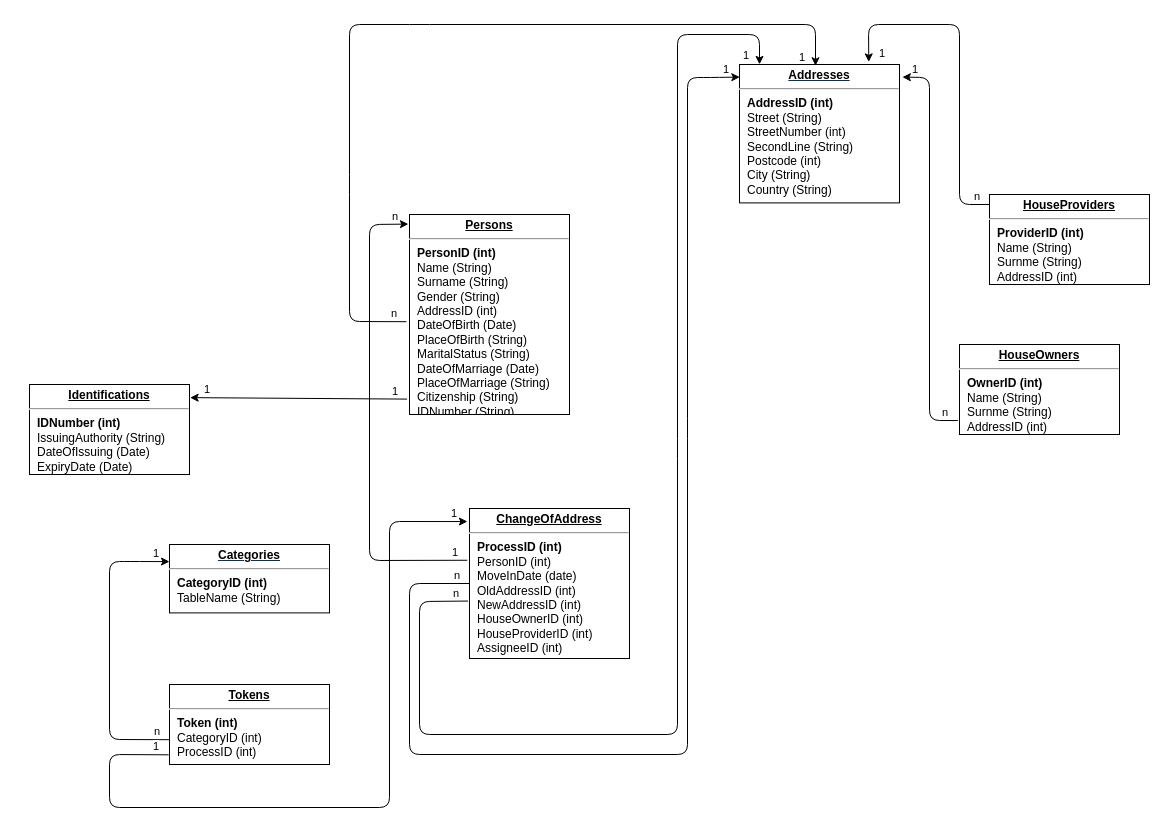
JulianGottfried/ATdIT_Gruppe2 keeps this draw.io diagram as Datenbankstruktur/Datenbankschema.drawio. Above is the earlier version. Source tidied: cells renumbered, new cells numbered last; positions are measured from the earlier drawing's top-left corner, leaving out a move shared by most shapes. Both pictures are drawn from the tidied source at 100%, with x=0, y=0 at pixel (29, 24).
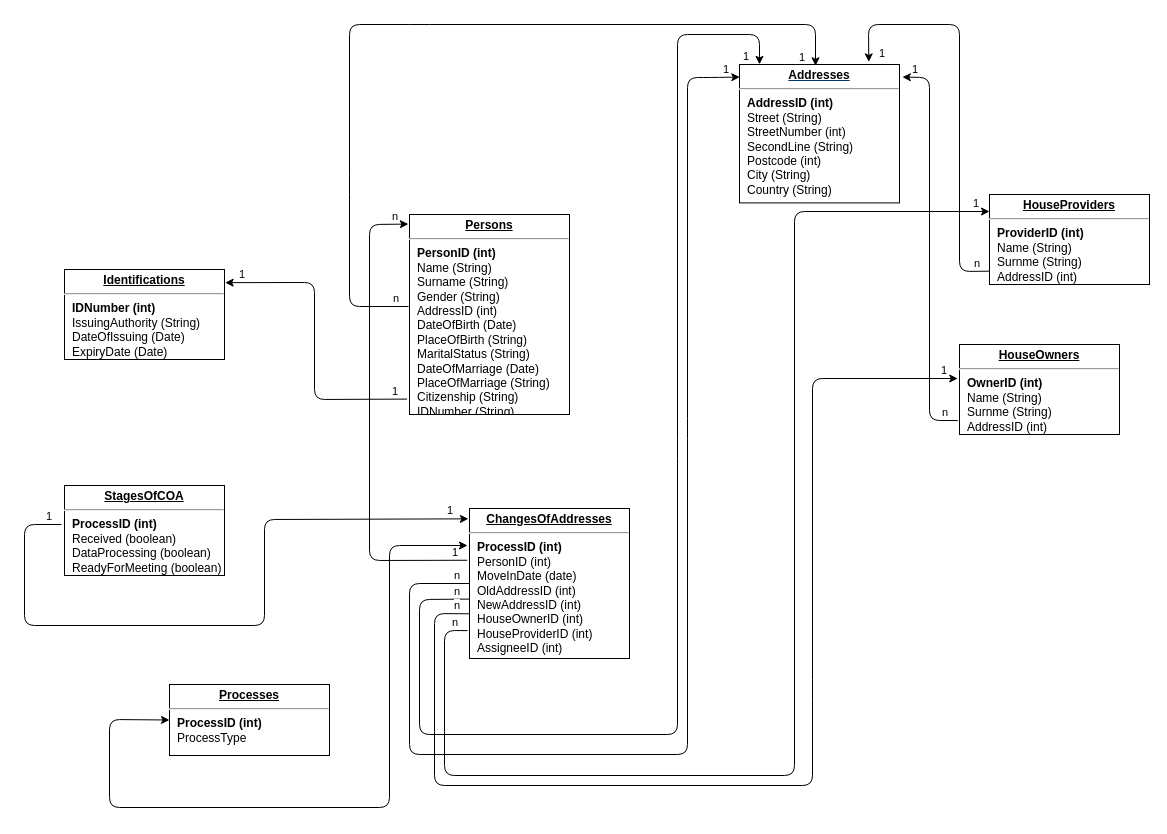
Above is the later version.

The change refers to these unchanged cells:
```xml
<mxCell id="2" value="&lt;p style=&quot;margin: 0px ; margin-top: 4px ; text-align: center ; text-decoration: underline&quot;&gt;&lt;strong&gt;&lt;font color=&quot;#000000&quot;&gt;Addresses&lt;/font&gt;&lt;/strong&gt;&lt;/p&gt;&lt;hr&gt;&lt;p style=&quot;margin: 0px ; margin-left: 8px&quot;&gt;&lt;b&gt;&lt;font color=&quot;#000000&quot;&gt;AddressID (int)&lt;/font&gt;&lt;/b&gt;&lt;/p&gt;&lt;p style=&quot;margin: 0px ; margin-left: 8px&quot;&gt;&lt;/p&gt;&lt;p style=&quot;margin: 0px ; margin-left: 8px&quot;&gt;&lt;font color=&quot;#000000&quot;&gt;Street (String)&lt;/font&gt;&lt;/p&gt;&lt;p style=&quot;margin: 0px ; margin-left: 8px&quot;&gt;&lt;font color=&quot;#000000&quot;&gt;StreetNumber (int)&lt;/font&gt;&lt;/p&gt;&lt;p style=&quot;margin: 0px ; margin-left: 8px&quot;&gt;&lt;font color=&quot;#000000&quot;&gt;SecondLine (String)&lt;/font&gt;&lt;/p&gt;&lt;p style=&quot;margin: 0px ; margin-left: 8px&quot;&gt;&lt;font color=&quot;#000000&quot;&gt;Postcode (int)&lt;/font&gt;&lt;/p&gt;&lt;p style=&quot;margin: 0px ; margin-left: 8px&quot;&gt;&lt;font color=&quot;#000000&quot;&gt;City (String)&lt;/font&gt;&lt;/p&gt;&lt;p style=&quot;margin: 0px ; margin-left: 8px&quot;&gt;&lt;font color=&quot;#000000&quot;&gt;Country (String)&lt;/font&gt;&lt;/p&gt;" style="verticalAlign=top;align=left;overflow=fill;fontSize=12;fontFamily=Helvetica;html=1;shadow=0;fontColor=#003366;fillColor=none;" parent="1" vertex="1">
  <mxGeometry x="710" y="40" width="160" height="138.4" as="geometry" />
</mxCell>
<mxCell id="5" value="&lt;p style=&quot;margin: 4px 0px 0px ; text-align: center&quot;&gt;&lt;font color=&quot;#000000&quot;&gt;&lt;span style=&quot;font-size: 12px&quot;&gt;&lt;b&gt;&lt;u&gt;HouseOwners&lt;/u&gt;&lt;/b&gt;&lt;/span&gt;&lt;/font&gt;&lt;br&gt;&lt;/p&gt;&lt;hr&gt;&lt;p style=&quot;margin: 0px ; margin-left: 8px&quot;&gt;&lt;b&gt;&lt;font color=&quot;#000000&quot;&gt;OwnerID (int)&lt;/font&gt;&lt;/b&gt;&lt;/p&gt;&lt;p style=&quot;margin: 0px ; margin-left: 8px&quot;&gt;&lt;/p&gt;&lt;p style=&quot;margin: 0px ; margin-left: 8px&quot;&gt;&lt;font color=&quot;#000000&quot;&gt;Name (String)&lt;/font&gt;&lt;/p&gt;&lt;p style=&quot;margin: 0px ; margin-left: 8px&quot;&gt;&lt;font color=&quot;#000000&quot;&gt;Surnme (String)&lt;/font&gt;&lt;/p&gt;&lt;p style=&quot;margin: 0px ; margin-left: 8px&quot;&gt;&lt;font color=&quot;#000000&quot;&gt;AddressID (int)&lt;/font&gt;&lt;/p&gt;&lt;p style=&quot;margin: 0px ; margin-left: 8px&quot;&gt;&lt;font color=&quot;#000000&quot;&gt;&lt;br&gt;&lt;/font&gt;&lt;/p&gt;" style="verticalAlign=top;align=left;overflow=fill;fontSize=12;fontFamily=Helvetica;html=1;shadow=0;fontColor=#003366;fillColor=none;" parent="1" vertex="1">
  <mxGeometry x="930" y="320" width="160" height="90" as="geometry" />
</mxCell>
<mxCell id="6" value="&lt;p style=&quot;margin: 4px 0px 0px ; text-align: center&quot;&gt;&lt;font color=&quot;#000000&quot;&gt;&lt;span style=&quot;font-size: 12px&quot;&gt;&lt;b&gt;&lt;u&gt;HouseProviders&lt;/u&gt;&lt;/b&gt;&lt;/span&gt;&lt;/font&gt;&lt;br&gt;&lt;/p&gt;&lt;hr&gt;&lt;p style=&quot;margin: 0px ; margin-left: 8px&quot;&gt;&lt;b&gt;&lt;font color=&quot;#000000&quot;&gt;ProviderID (int)&lt;/font&gt;&lt;/b&gt;&lt;/p&gt;&lt;p style=&quot;margin: 0px ; margin-left: 8px&quot;&gt;&lt;/p&gt;&lt;p style=&quot;margin: 0px ; margin-left: 8px&quot;&gt;&lt;font color=&quot;#000000&quot;&gt;Name (String)&lt;/font&gt;&lt;/p&gt;&lt;p style=&quot;margin: 0px ; margin-left: 8px&quot;&gt;&lt;font color=&quot;#000000&quot;&gt;Surnme (String)&lt;/font&gt;&lt;/p&gt;&lt;p style=&quot;margin: 0px ; margin-left: 8px&quot;&gt;&lt;font color=&quot;#000000&quot;&gt;AddressID (int)&lt;/font&gt;&lt;/p&gt;&lt;p style=&quot;margin: 0px ; margin-left: 8px&quot;&gt;&lt;font color=&quot;#000000&quot;&gt;&lt;br&gt;&lt;/font&gt;&lt;/p&gt;" style="verticalAlign=top;align=left;overflow=fill;fontSize=12;fontFamily=Helvetica;html=1;shadow=0;fontColor=#003366;fillColor=none;" parent="1" vertex="1">
  <mxGeometry x="960" y="170" width="160" height="90" as="geometry" />
</mxCell>
<mxCell id="8" value="&lt;p style=&quot;margin: 4px 0px 0px ; text-align: center&quot;&gt;&lt;font color=&quot;#000000&quot;&gt;&lt;span style=&quot;font-size: 12px&quot;&gt;&lt;b&gt;&lt;u&gt;Persons&lt;/u&gt;&lt;/b&gt;&lt;/span&gt;&lt;/font&gt;&lt;br&gt;&lt;/p&gt;&lt;hr&gt;&lt;p style=&quot;margin: 0px ; margin-left: 8px&quot;&gt;&lt;b&gt;&lt;font color=&quot;#000000&quot;&gt;PersonID (int)&lt;/font&gt;&lt;/b&gt;&lt;/p&gt;&lt;p style=&quot;margin: 0px ; margin-left: 8px&quot;&gt;&lt;/p&gt;&lt;p style=&quot;margin: 0px ; margin-left: 8px&quot;&gt;&lt;font color=&quot;#000000&quot;&gt;Name (String)&lt;/font&gt;&lt;/p&gt;&lt;p style=&quot;margin: 0px ; margin-left: 8px&quot;&gt;&lt;font color=&quot;#000000&quot;&gt;Surname (String)&lt;/font&gt;&lt;/p&gt;&lt;p style=&quot;margin: 0px ; margin-left: 8px&quot;&gt;&lt;font color=&quot;#000000&quot;&gt;Gender (&lt;/font&gt;&lt;span style=&quot;color: rgb(0 , 0 , 0)&quot;&gt;String&lt;/span&gt;&lt;font color=&quot;#000000&quot;&gt;)&lt;/font&gt;&lt;/p&gt;&lt;p style=&quot;margin: 0px ; margin-left: 8px&quot;&gt;&lt;font color=&quot;#000000&quot;&gt;AddressID (int)&lt;/font&gt;&lt;/p&gt;&lt;p style=&quot;margin: 0px ; margin-left: 8px&quot;&gt;&lt;font color=&quot;#000000&quot;&gt;DateOfBirth (Date)&lt;/font&gt;&lt;/p&gt;&lt;p style=&quot;margin: 0px ; margin-left: 8px&quot;&gt;&lt;font color=&quot;#000000&quot;&gt;PlaceOfBirth (String)&lt;/font&gt;&lt;/p&gt;&lt;p style=&quot;margin: 0px ; margin-left: 8px&quot;&gt;&lt;font color=&quot;#000000&quot;&gt;MaritalStatus (String)&lt;/font&gt;&lt;/p&gt;&lt;p style=&quot;margin: 0px ; margin-left: 8px&quot;&gt;&lt;font color=&quot;#000000&quot;&gt;DateOfMarriage (Date)&lt;/font&gt;&lt;/p&gt;&lt;p style=&quot;margin: 0px ; margin-left: 8px&quot;&gt;&lt;font color=&quot;#000000&quot;&gt;PlaceOfMarriage (String)&lt;/font&gt;&lt;/p&gt;&lt;p style=&quot;margin: 0px ; margin-left: 8px&quot;&gt;&lt;font color=&quot;#000000&quot;&gt;Citizenship (String)&lt;/font&gt;&lt;/p&gt;&lt;p style=&quot;margin: 0px ; margin-left: 8px&quot;&gt;&lt;font color=&quot;#000000&quot;&gt;IDNumber (String)&lt;/font&gt;&lt;/p&gt;&lt;p style=&quot;margin: 0px ; margin-left: 8px&quot;&gt;&lt;font color=&quot;#000000&quot;&gt;&lt;br&gt;&lt;/font&gt;&lt;/p&gt;" style="verticalAlign=top;align=left;overflow=fill;fontSize=12;fontFamily=Helvetica;html=1;shadow=0;fontColor=#003366;fillColor=none;" parent="1" vertex="1">
  <mxGeometry x="380" y="190" width="160" height="200" as="geometry" />
</mxCell>
```

What changed in the source:
```diff
@@
-    <mxCell id="3" value="&lt;p style=&quot;margin: 0px ; margin-top: 4px ; text-align: center ; text-decoration: underline&quot;&gt;&lt;strong&gt;&lt;font color=&quot;#000000&quot;&gt;Categories&lt;/font&gt;&lt;/strong&gt;&lt;/p&gt;&lt;hr&gt;&lt;p style=&quot;margin: 0px ; margin-left: 8px&quot;&gt;&lt;b&gt;&lt;font color=&quot;#000000&quot;&gt;CategoryID (int)&lt;/font&gt;&lt;/b&gt;&lt;/p&gt;&lt;p style=&quot;margin: 0px ; margin-left: 8px&quot;&gt;&lt;/p&gt;&lt;p style=&quot;margin: 0px ; margin-left: 8px&quot;&gt;&lt;font color=&quot;#000000&quot;&gt;TableName (String)&lt;/font&gt;&lt;/p&gt;" style="verticalAlign=top;align=left;overflow=fill;fontSize=12;fontFamily=Helvetica;html=1;shadow=0;fontColor=#003366;fillColor=none;" parent="1" vertex="1">
-      <mxGeometry x="140" y="520" width="160" height="68.4" as="geometry" />
-    </mxCell>
-    <mxCell id="4" value="&lt;p style=&quot;margin: 4px 0px 0px ; text-align: center&quot;&gt;&lt;font color=&quot;#000000&quot;&gt;&lt;span style=&quot;font-size: 12px&quot;&gt;&lt;b&gt;&lt;u&gt;ChangeOfAddress&lt;/u&gt;&lt;/b&gt;&lt;/span&gt;&lt;/font&gt;&lt;br&gt;&lt;/p&gt;&lt;hr&gt;&lt;p style=&quot;margin: 0px ; margin-left: 8px&quot;&gt;&lt;b&gt;&lt;font color=&quot;#000000&quot;&gt;ProcessID (int)&lt;/font&gt;&lt;/b&gt;&lt;/p&gt;&lt;p style=&quot;margin: 0px ; margin-left: 8px&quot;&gt;&lt;/p&gt;&lt;p style=&quot;margin: 0px ; margin-left: 8px&quot;&gt;&lt;font color=&quot;#000000&quot;&gt;PersonID (int)&lt;/font&gt;&lt;/p&gt;&lt;p style=&quot;margin: 0px ; margin-left: 8px&quot;&gt;&lt;font color=&quot;#000000&quot;&gt;MoveInDate (date)&lt;/font&gt;&lt;/p&gt;&lt;p style=&quot;margin: 0px ; margin-left: 8px&quot;&gt;&lt;font color=&quot;#000000&quot;&gt;OldAddressID (int)&lt;/font&gt;&lt;/p&gt;&lt;p style=&quot;margin: 0px ; margin-left: 8px&quot;&gt;&lt;font color=&quot;#000000&quot;&gt;NewAddressID (int)&lt;/font&gt;&lt;/p&gt;&lt;p style=&quot;margin: 0px ; margin-left: 8px&quot;&gt;&lt;font color=&quot;#000000&quot;&gt;HouseOwnerID (int)&lt;/font&gt;&lt;/p&gt;&lt;p style=&quot;margin: 0px ; margin-left: 8px&quot;&gt;&lt;font color=&quot;#000000&quot;&gt;HouseProviderID (int)&lt;/font&gt;&lt;/p&gt;&lt;p style=&quot;margin: 0px ; margin-left: 8px&quot;&gt;&lt;font color=&quot;#000000&quot;&gt;AssigneeID (int)&lt;/font&gt;&lt;/p&gt;&lt;p style=&quot;margin: 0px ; margin-left: 8px&quot;&gt;&lt;font color=&quot;#000000&quot;&gt;&lt;br&gt;&lt;/font&gt;&lt;/p&gt;" style="verticalAlign=top;align=left;overflow=fill;fontSize=12;fontFamily=Helvetica;html=1;shadow=0;fontColor=#003366;fillColor=none;" parent="1" vertex="1">
+    <mxCell id="4" value="&lt;p style=&quot;margin: 4px 0px 0px ; text-align: center&quot;&gt;&lt;font color=&quot;#000000&quot;&gt;&lt;span style=&quot;font-size: 12px&quot;&gt;&lt;b&gt;&lt;u&gt;ChangesOfAddresses&lt;/u&gt;&lt;/b&gt;&lt;/span&gt;&lt;/font&gt;&lt;br&gt;&lt;/p&gt;&lt;hr&gt;&lt;p style=&quot;margin: 0px ; margin-left: 8px&quot;&gt;&lt;b&gt;&lt;font color=&quot;#000000&quot;&gt;ProcessID (int)&lt;/font&gt;&lt;/b&gt;&lt;/p&gt;&lt;p style=&quot;margin: 0px ; margin-left: 8px&quot;&gt;&lt;/p&gt;&lt;p style=&quot;margin: 0px ; margin-left: 8px&quot;&gt;&lt;font color=&quot;#000000&quot;&gt;PersonID (int)&lt;/font&gt;&lt;/p&gt;&lt;p style=&quot;margin: 0px ; margin-left: 8px&quot;&gt;&lt;font color=&quot;#000000&quot;&gt;MoveInDate (date)&lt;/font&gt;&lt;/p&gt;&lt;p style=&quot;margin: 0px ; margin-left: 8px&quot;&gt;&lt;font color=&quot;#000000&quot;&gt;OldAddressID (int)&lt;/font&gt;&lt;/p&gt;&lt;p style=&quot;margin: 0px ; margin-left: 8px&quot;&gt;&lt;font color=&quot;#000000&quot;&gt;NewAddressID (int)&lt;/font&gt;&lt;/p&gt;&lt;p style=&quot;margin: 0px ; margin-left: 8px&quot;&gt;&lt;font color=&quot;#000000&quot;&gt;HouseOwnerID (int)&lt;/font&gt;&lt;/p&gt;&lt;p style=&quot;margin: 0px ; margin-left: 8px&quot;&gt;&lt;font color=&quot;#000000&quot;&gt;HouseProviderID (int)&lt;/font&gt;&lt;/p&gt;&lt;p style=&quot;margin: 0px ; margin-left: 8px&quot;&gt;&lt;font color=&quot;#000000&quot;&gt;AssigneeID (int)&lt;/font&gt;&lt;/p&gt;&lt;p style=&quot;margin: 0px ; margin-left: 8px&quot;&gt;&lt;font color=&quot;#000000&quot;&gt;&lt;br&gt;&lt;/font&gt;&lt;/p&gt;" style="verticalAlign=top;align=left;overflow=fill;fontSize=12;fontFamily=Helvetica;html=1;shadow=0;fontColor=#003366;fillColor=none;" parent="1" vertex="1">
       <mxGeometry x="440" y="484" width="160" height="150" as="geometry" />
     </mxCell>
@@
     <mxCell id="7" value="&lt;p style=&quot;margin: 4px 0px 0px ; text-align: center&quot;&gt;&lt;font color=&quot;#000000&quot;&gt;&lt;span style=&quot;font-size: 12px&quot;&gt;&lt;b&gt;&lt;u&gt;Identifications&lt;/u&gt;&lt;/b&gt;&lt;/span&gt;&lt;/font&gt;&lt;br&gt;&lt;/p&gt;&lt;hr&gt;&lt;p style=&quot;margin: 0px ; margin-left: 8px&quot;&gt;&lt;b&gt;&lt;font color=&quot;#000000&quot;&gt;IDNumber (int)&lt;/font&gt;&lt;/b&gt;&lt;/p&gt;&lt;p style=&quot;margin: 0px ; margin-left: 8px&quot;&gt;&lt;/p&gt;&lt;p style=&quot;margin: 0px ; margin-left: 8px&quot;&gt;&lt;font color=&quot;#000000&quot;&gt;IssuingAuthority (String)&lt;/font&gt;&lt;/p&gt;&lt;p style=&quot;margin: 0px ; margin-left: 8px&quot;&gt;&lt;font color=&quot;#000000&quot;&gt;DateOfIssuing (Date)&lt;/font&gt;&lt;/p&gt;&lt;p style=&quot;margin: 0px ; margin-left: 8px&quot;&gt;&lt;font color=&quot;#000000&quot;&gt;ExpiryDate (Date)&lt;/font&gt;&lt;/p&gt;&lt;p style=&quot;margin: 0px ; margin-left: 8px&quot;&gt;&lt;font color=&quot;#000000&quot;&gt;&lt;br&gt;&lt;/font&gt;&lt;/p&gt;" style="verticalAlign=top;align=left;overflow=fill;fontSize=12;fontFamily=Helvetica;html=1;shadow=0;fontColor=#003366;fillColor=none;" parent="1" vertex="1">
-      <mxGeometry y="360" width="160" height="90" as="geometry" />
+      <mxGeometry x="35" y="245" width="160" height="90" as="geometry" />
     </mxCell>
@@
-    <mxCell id="9" value="&lt;p style=&quot;margin: 4px 0px 0px ; text-align: center&quot;&gt;&lt;font color=&quot;#000000&quot;&gt;&lt;b&gt;&lt;u&gt;Tokens&lt;/u&gt;&lt;/b&gt;&lt;/font&gt;&lt;/p&gt;&lt;hr&gt;&lt;p style=&quot;margin: 0px ; margin-left: 8px&quot;&gt;&lt;b&gt;&lt;font color=&quot;#000000&quot;&gt;Token (int)&lt;/font&gt;&lt;/b&gt;&lt;/p&gt;&lt;p style=&quot;margin: 0px ; margin-left: 8px&quot;&gt;&lt;/p&gt;&lt;p style=&quot;margin: 0px ; margin-left: 8px&quot;&gt;&lt;font color=&quot;#000000&quot;&gt;CategoryID (int)&lt;/font&gt;&lt;/p&gt;&lt;p style=&quot;margin: 0px ; margin-left: 8px&quot;&gt;&lt;font color=&quot;#000000&quot;&gt;ProcessID (int)&lt;/font&gt;&lt;/p&gt;&lt;p style=&quot;margin: 0px ; margin-left: 8px&quot;&gt;&lt;font color=&quot;#000000&quot;&gt;&lt;br&gt;&lt;/font&gt;&lt;/p&gt;" style="verticalAlign=top;align=left;overflow=fill;fontSize=12;fontFamily=Helvetica;html=1;shadow=0;fontColor=#003366;fillColor=none;" parent="1" vertex="1">
-      <mxGeometry x="140" y="660" width="160" height="80" as="geometry" />
+    <mxCell id="9" value="&lt;p style=&quot;margin: 4px 0px 0px ; text-align: center&quot;&gt;&lt;font color=&quot;#000000&quot;&gt;&lt;b&gt;&lt;u&gt;Processes&lt;/u&gt;&lt;/b&gt;&lt;/font&gt;&lt;/p&gt;&lt;hr&gt;&lt;p style=&quot;margin: 0px ; margin-left: 8px&quot;&gt;&lt;b&gt;&lt;font color=&quot;#000000&quot;&gt;ProcessID (int)&lt;/font&gt;&lt;/b&gt;&lt;/p&gt;&lt;p style=&quot;margin: 0px ; margin-left: 8px&quot;&gt;&lt;/p&gt;&lt;p style=&quot;margin: 0px ; margin-left: 8px&quot;&gt;&lt;font color=&quot;#000000&quot;&gt;ProcessType&lt;/font&gt;&lt;/p&gt;&lt;p style=&quot;margin: 0px ; margin-left: 8px&quot;&gt;&lt;font color=&quot;#000000&quot;&gt;&lt;br&gt;&lt;/font&gt;&lt;/p&gt;" style="verticalAlign=top;align=left;overflow=fill;fontSize=12;fontFamily=Helvetica;html=1;shadow=0;fontColor=#003366;fillColor=none;" parent="1" vertex="1">
+      <mxGeometry x="140" y="660" width="160" height="71" as="geometry" />
     </mxCell>
-    <mxCell id="10" style="endArrow=classic;html=1;exitX=-0.019;exitY=0.536;exitDx=0;exitDy=0;exitPerimeter=0;entryX=0.475;entryY=0.009;entryDx=0;entryDy=0;entryPerimeter=0;" parent="1" edge="1" source="8" target="2">
+    <mxCell id="10" style="endArrow=classic;html=1;exitX=-0.006;exitY=0.46;exitDx=0;exitDy=0;exitPerimeter=0;entryX=0.475;entryY=0.009;entryDx=0;entryDy=0;entryPerimeter=0;" parent="1" edge="1" source="8" target="2">
       <mxGeometry relative="1" as="geometry">
         <Array as="points">
-          <mxPoint x="320" y="297" />
+          <mxPoint x="320" y="282" />
           <mxPoint x="320" y="160" />
           <mxPoint x="320" />
           <mxPoint x="390" />
           <mxPoint x="786" />
         </Array>
       </mxGeometry>
     </mxCell>
@@
-    <mxCell id="16" style="endArrow=classic;html=1;exitX=0;exitY=0.111;exitDx=0;exitDy=0;exitPerimeter=0;entryX=0.808;entryY=-0.019;entryDx=0;entryDy=0;entryPerimeter=0;" parent="1" edge="1" source="6" target="2">
+    <mxCell id="16" style="endArrow=classic;html=1;exitX=0;exitY=0.852;exitDx=0;exitDy=0;exitPerimeter=0;entryX=0.808;entryY=-0.019;entryDx=0;entryDy=0;entryPerimeter=0;" parent="1" edge="1" source="6" target="2">
       <mxGeometry relative="1" as="geometry">
         <Array as="points">
-          <mxPoint x="930" y="180" />
+          <mxPoint x="930" y="247" />
           <mxPoint x="930" />
           <mxPoint x="839" />
         </Array>
       </mxGeometry>
     </mxCell>
@@
-    <mxCell id="19" style="endArrow=classic;html=1;entryX=0;entryY=0.25;entryDx=0;entryDy=0;exitX=-0.003;exitY=0.69;exitDx=0;exitDy=0;exitPerimeter=0;" parent="1" edge="1" source="9" target="3">
-      <mxGeometry relative="1" as="geometry">
-        <Array as="points">
-          <mxPoint x="80" y="715" />
-          <mxPoint x="80" y="537" />
-          <mxPoint x="100" y="537" />
-        </Array>
-      </mxGeometry>
-    </mxCell>
-    <mxCell id="20" value="n" style="edgeLabel;html=1;align=left;verticalAlign=bottom;" parent="19" vertex="1">
-      <mxGeometry x="-1" relative="1" as="geometry">
-        <mxPoint x="-17" as="offset" />
-      </mxGeometry>
-    </mxCell>
-    <mxCell id="21" value="1" style="edgeLabel;html=1;align=right;verticalAlign=bottom;" parent="19" vertex="1">
-      <mxGeometry x="1" relative="1" as="geometry">
-        <mxPoint x="-10" as="offset" />
-      </mxGeometry>
-    </mxCell>
-    <mxCell id="22" style="endArrow=classic;html=1;exitX=-0.005;exitY=0.879;exitDx=0;exitDy=0;exitPerimeter=0;entryX=-0.013;entryY=0.087;entryDx=0;entryDy=0;entryPerimeter=0;" parent="1" edge="1" source="9" target="4">
+    <mxCell id="22" style="endArrow=classic;html=1;exitX=0;exitY=0.5;exitDx=0;exitDy=0;endFill=1;startArrow=classic;startFill=1;" parent="1" edge="1" source="9">
       <mxGeometry relative="1" as="geometry">
+        <mxPoint x="438" y="521" as="targetPoint" />
         <Array as="points">
-          <mxPoint x="80" y="730" />
+          <mxPoint x="80" y="695" />
           <mxPoint x="80" y="783" />
           <mxPoint x="360" y="783" />
-          <mxPoint x="360" y="497" />
+          <mxPoint x="360" y="521" />
         </Array>
       </mxGeometry>
     </mxCell>
-    <mxCell id="23" value="1" style="edgeLabel;html=1;align=left;verticalAlign=bottom;" parent="22" vertex="1">
-      <mxGeometry x="-1" relative="1" as="geometry">
-        <mxPoint x="-17" as="offset" />
-      </mxGeometry>
-    </mxCell>
-    <mxCell id="24" value="1" style="edgeLabel;html=1;align=right;verticalAlign=bottom;" parent="22" vertex="1">
-      <mxGeometry x="1" relative="1" as="geometry">
-        <mxPoint x="-10" as="offset" />
-      </mxGeometry>
-    </mxCell>
     <mxCell id="25" style="endArrow=classic;html=1;exitX=-0.015;exitY=0.923;exitDx=0;exitDy=0;exitPerimeter=0;entryX=1.004;entryY=0.146;entryDx=0;entryDy=0;entryPerimeter=0;" parent="1" edge="1" source="8" target="7">
-      <mxGeometry relative="1" as="geometry" />
+      <mxGeometry relative="1" as="geometry">
+        <Array as="points">
+          <mxPoint x="285" y="375" />
+          <mxPoint x="285" y="258" />
+        </Array>
+      </mxGeometry>
     </mxCell>
@@
-    <mxCell id="34" style="endArrow=classic;html=1;exitX=-0.009;exitY=0.617;exitDx=0;exitDy=0;exitPerimeter=0;entryX=0.125;entryY=-0.001;entryDx=0;entryDy=0;entryPerimeter=0;" parent="1" edge="1" source="4" target="2">
+    <mxCell id="34" style="endArrow=classic;html=1;exitX=0.001;exitY=0.604;exitDx=0;exitDy=0;exitPerimeter=0;entryX=0.125;entryY=-0.001;entryDx=0;entryDy=0;entryPerimeter=0;" parent="1" edge="1" source="4" target="2">
       <mxGeometry relative="1" as="geometry">
         <Array as="points">
-          <mxPoint x="390" y="577" />
+          <mxPoint x="390" y="575" />
           <mxPoint x="390" y="710" />
           <mxPoint x="648" y="710" />
           <mxPoint x="648" y="424" />
           <mxPoint x="648" y="10" />
           <mxPoint x="730" y="10" />
         </Array>
       </mxGeometry>
     </mxCell>
@@
+    <mxCell id="37" style="endArrow=classic;html=1;entryX=-0.011;entryY=0.378;entryDx=0;entryDy=0;entryPerimeter=0;exitX=-0.002;exitY=0.702;exitDx=0;exitDy=0;exitPerimeter=0;" parent="1" edge="1" source="4" target="5">
+      <mxGeometry relative="1" as="geometry">
+        <Array as="points">
+          <mxPoint x="405" y="589" />
+          <mxPoint x="405" y="761" />
+          <mxPoint x="783" y="761" />
+          <mxPoint x="783" y="665" />
+          <mxPoint x="783" y="354" />
+        </Array>
+      </mxGeometry>
+    </mxCell>
+    <mxCell id="38" value="n" style="edgeLabel;html=1;align=left;verticalAlign=bottom;" parent="37" vertex="1">
+      <mxGeometry x="-1" relative="1" as="geometry">
+        <mxPoint x="-17" as="offset" />
+      </mxGeometry>
+    </mxCell>
+    <mxCell id="39" value="1" style="edgeLabel;html=1;align=right;verticalAlign=bottom;" parent="37" vertex="1">
+      <mxGeometry x="1" relative="1" as="geometry">
+        <mxPoint x="-10" as="offset" />
+      </mxGeometry>
+    </mxCell>
+    <mxCell id="40" style="endArrow=classic;html=1;entryX=0;entryY=0.189;entryDx=0;entryDy=0;entryPerimeter=0;exitX=-0.012;exitY=0.814;exitDx=0;exitDy=0;exitPerimeter=0;" parent="1" edge="1" source="4" target="6">
+      <mxGeometry relative="1" as="geometry">
+        <Array as="points">
+          <mxPoint x="415" y="606" />
+          <mxPoint x="415" y="751" />
+          <mxPoint x="765" y="751" />
+          <mxPoint x="765" y="187" />
+        </Array>
+      </mxGeometry>
+    </mxCell>
+    <mxCell id="41" value="n" style="edgeLabel;html=1;align=left;verticalAlign=bottom;" parent="40" vertex="1">
+      <mxGeometry x="-1" relative="1" as="geometry">
+        <mxPoint x="-17" as="offset" />
+      </mxGeometry>
+    </mxCell>
+    <mxCell id="42" value="1" style="edgeLabel;html=1;align=right;verticalAlign=bottom;" parent="40" vertex="1">
+      <mxGeometry x="1" relative="1" as="geometry">
+        <mxPoint x="-10" as="offset" />
+      </mxGeometry>
+    </mxCell>
+    <mxCell id="43" value="&lt;p style=&quot;margin: 4px 0px 0px ; text-align: center&quot;&gt;&lt;font color=&quot;#000000&quot;&gt;&lt;span style=&quot;font-size: 12px&quot;&gt;&lt;b&gt;&lt;u&gt;StagesOfCOA&lt;/u&gt;&lt;/b&gt;&lt;/span&gt;&lt;/font&gt;&lt;br&gt;&lt;/p&gt;&lt;hr&gt;&lt;p style=&quot;margin: 0px ; margin-left: 8px&quot;&gt;&lt;b&gt;&lt;font color=&quot;#000000&quot;&gt;ProcessID (int)&lt;/font&gt;&lt;/b&gt;&lt;/p&gt;&lt;p style=&quot;margin: 0px ; margin-left: 8px&quot;&gt;&lt;/p&gt;&lt;p style=&quot;margin: 0px ; margin-left: 8px&quot;&gt;&lt;font color=&quot;#000000&quot;&gt;Received (boolean)&lt;/font&gt;&lt;/p&gt;&lt;p style=&quot;margin: 0px ; margin-left: 8px&quot;&gt;&lt;font color=&quot;#000000&quot;&gt;DataProcessing (boolean)&lt;/font&gt;&lt;/p&gt;&lt;p style=&quot;margin: 0px ; margin-left: 8px&quot;&gt;&lt;font color=&quot;#000000&quot;&gt;ReadyForMeeting (boolean)&lt;/font&gt;&lt;/p&gt;&lt;p style=&quot;margin: 0px ; margin-left: 8px&quot;&gt;&lt;font color=&quot;#000000&quot;&gt;&lt;br&gt;&lt;/font&gt;&lt;/p&gt;" style="verticalAlign=top;align=left;overflow=fill;fontSize=12;fontFamily=Helvetica;html=1;shadow=0;fontColor=#003366;fillColor=none;" parent="1" vertex="1">
+      <mxGeometry x="35" y="461" width="160" height="90" as="geometry" />
+    </mxCell>
+    <mxCell id="44" style="endArrow=classic;html=1;entryX=-0.007;entryY=0.069;entryDx=0;entryDy=0;entryPerimeter=0;" parent="1" edge="1" target="4">
+      <mxGeometry relative="1" as="geometry">
+        <mxPoint x="32" y="500" as="sourcePoint" />
+        <Array as="points">
+          <mxPoint x="-5" y="500" />
+          <mxPoint x="-5" y="601" />
+          <mxPoint x="235" y="601" />
+          <mxPoint x="235" y="495" />
+        </Array>
+      </mxGeometry>
+    </mxCell>
+    <mxCell id="23" value="1" style="edgeLabel;html=1;align=left;verticalAlign=bottom;" parent="44" vertex="1">
+      <mxGeometry x="-1" relative="1" as="geometry">
+        <mxPoint x="-17" as="offset" />
+      </mxGeometry>
+    </mxCell>
+    <mxCell id="45" value="1" style="edgeLabel;html=1;align=right;verticalAlign=bottom;" parent="44" vertex="1">
+      <mxGeometry x="1" relative="1" as="geometry">
+        <mxPoint x="-15" as="offset" />
+      </mxGeometry>
+    </mxCell>
```
